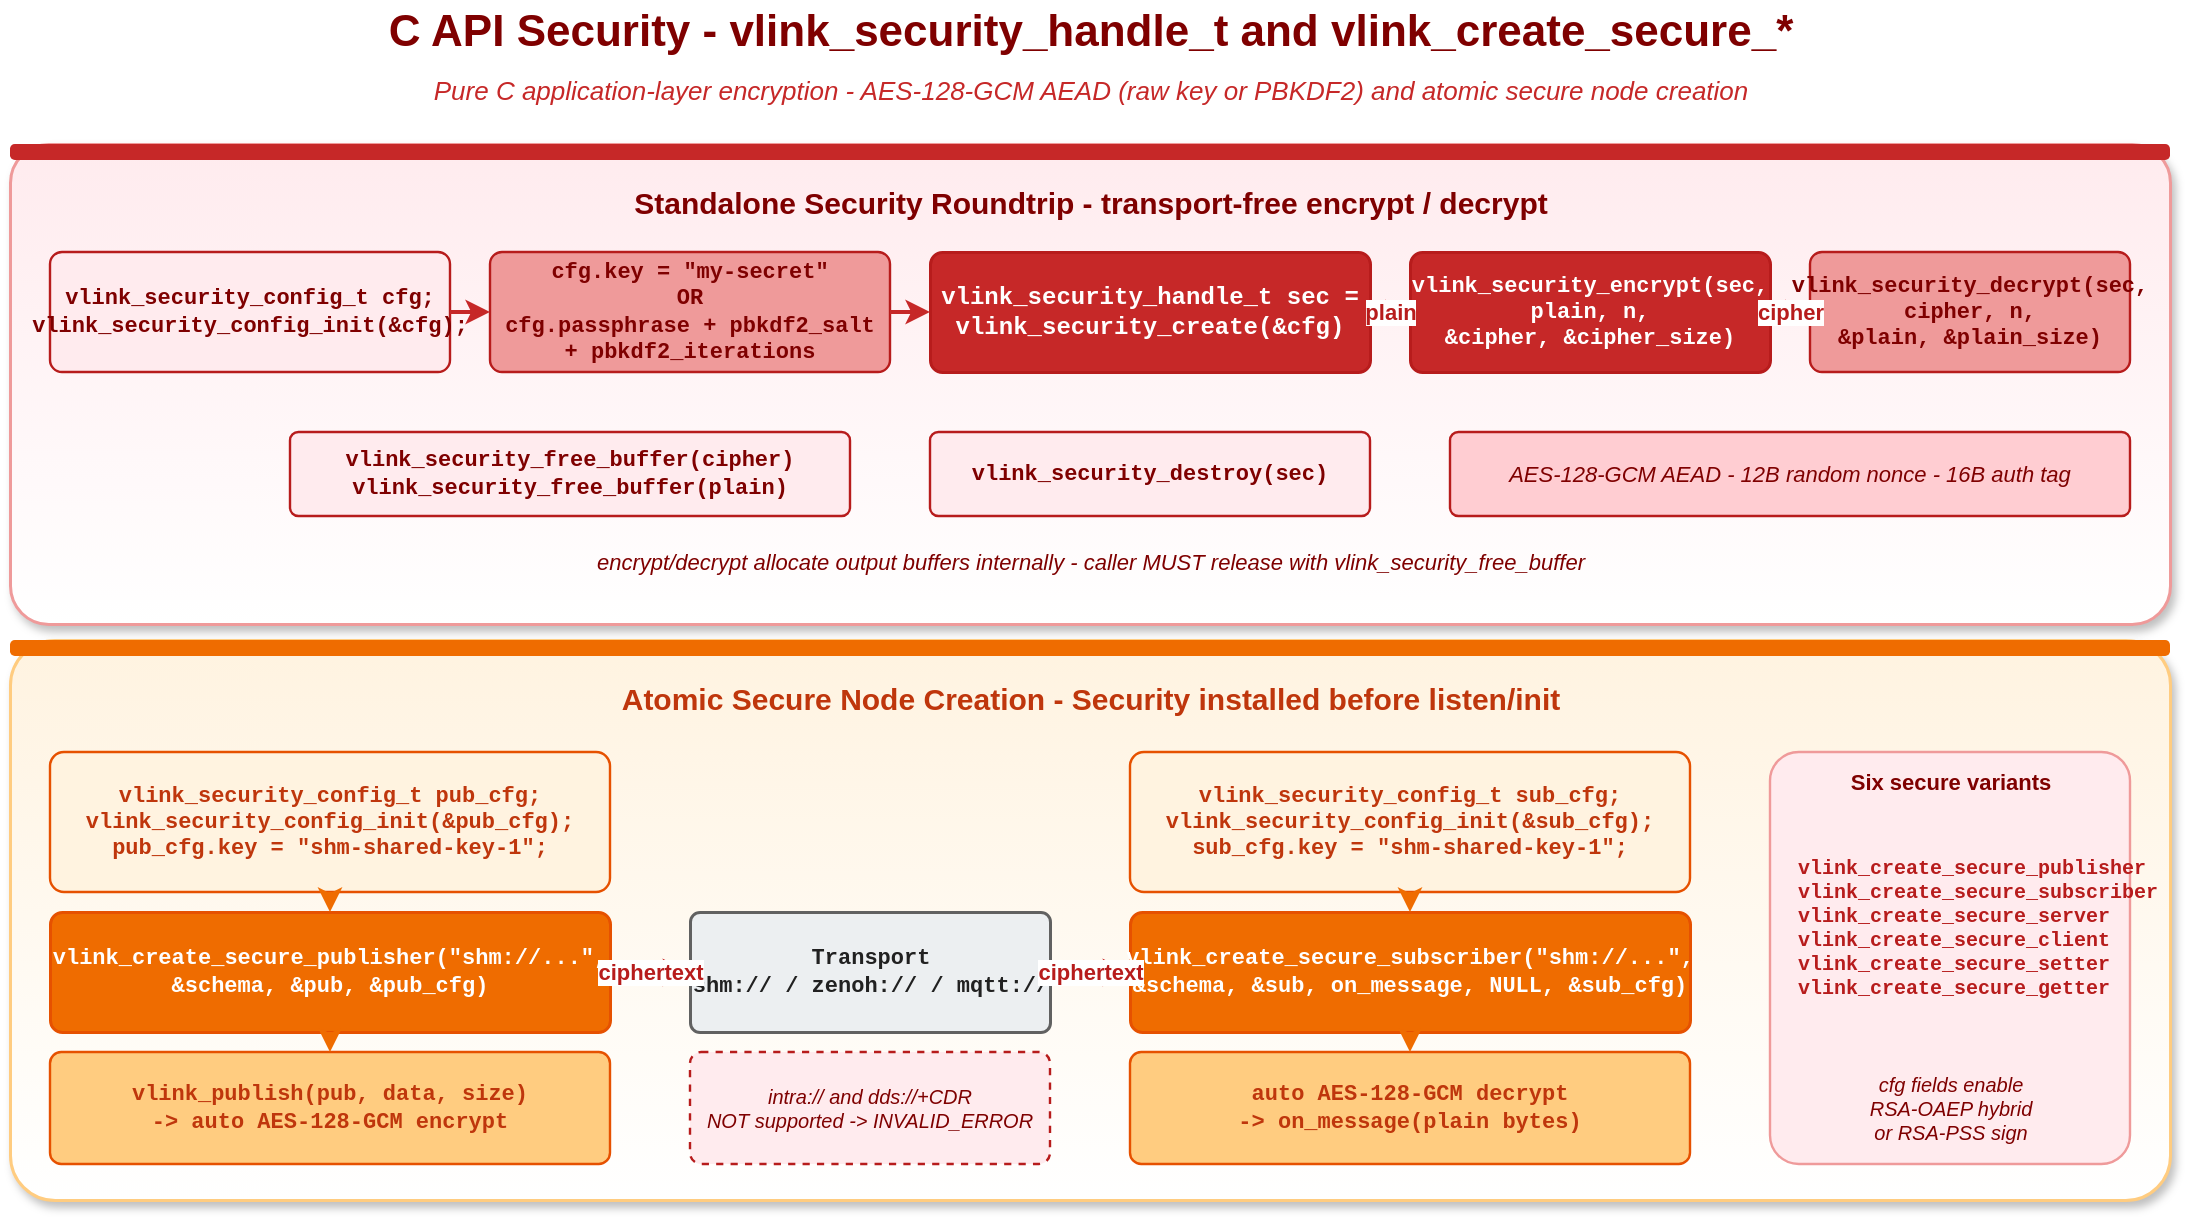
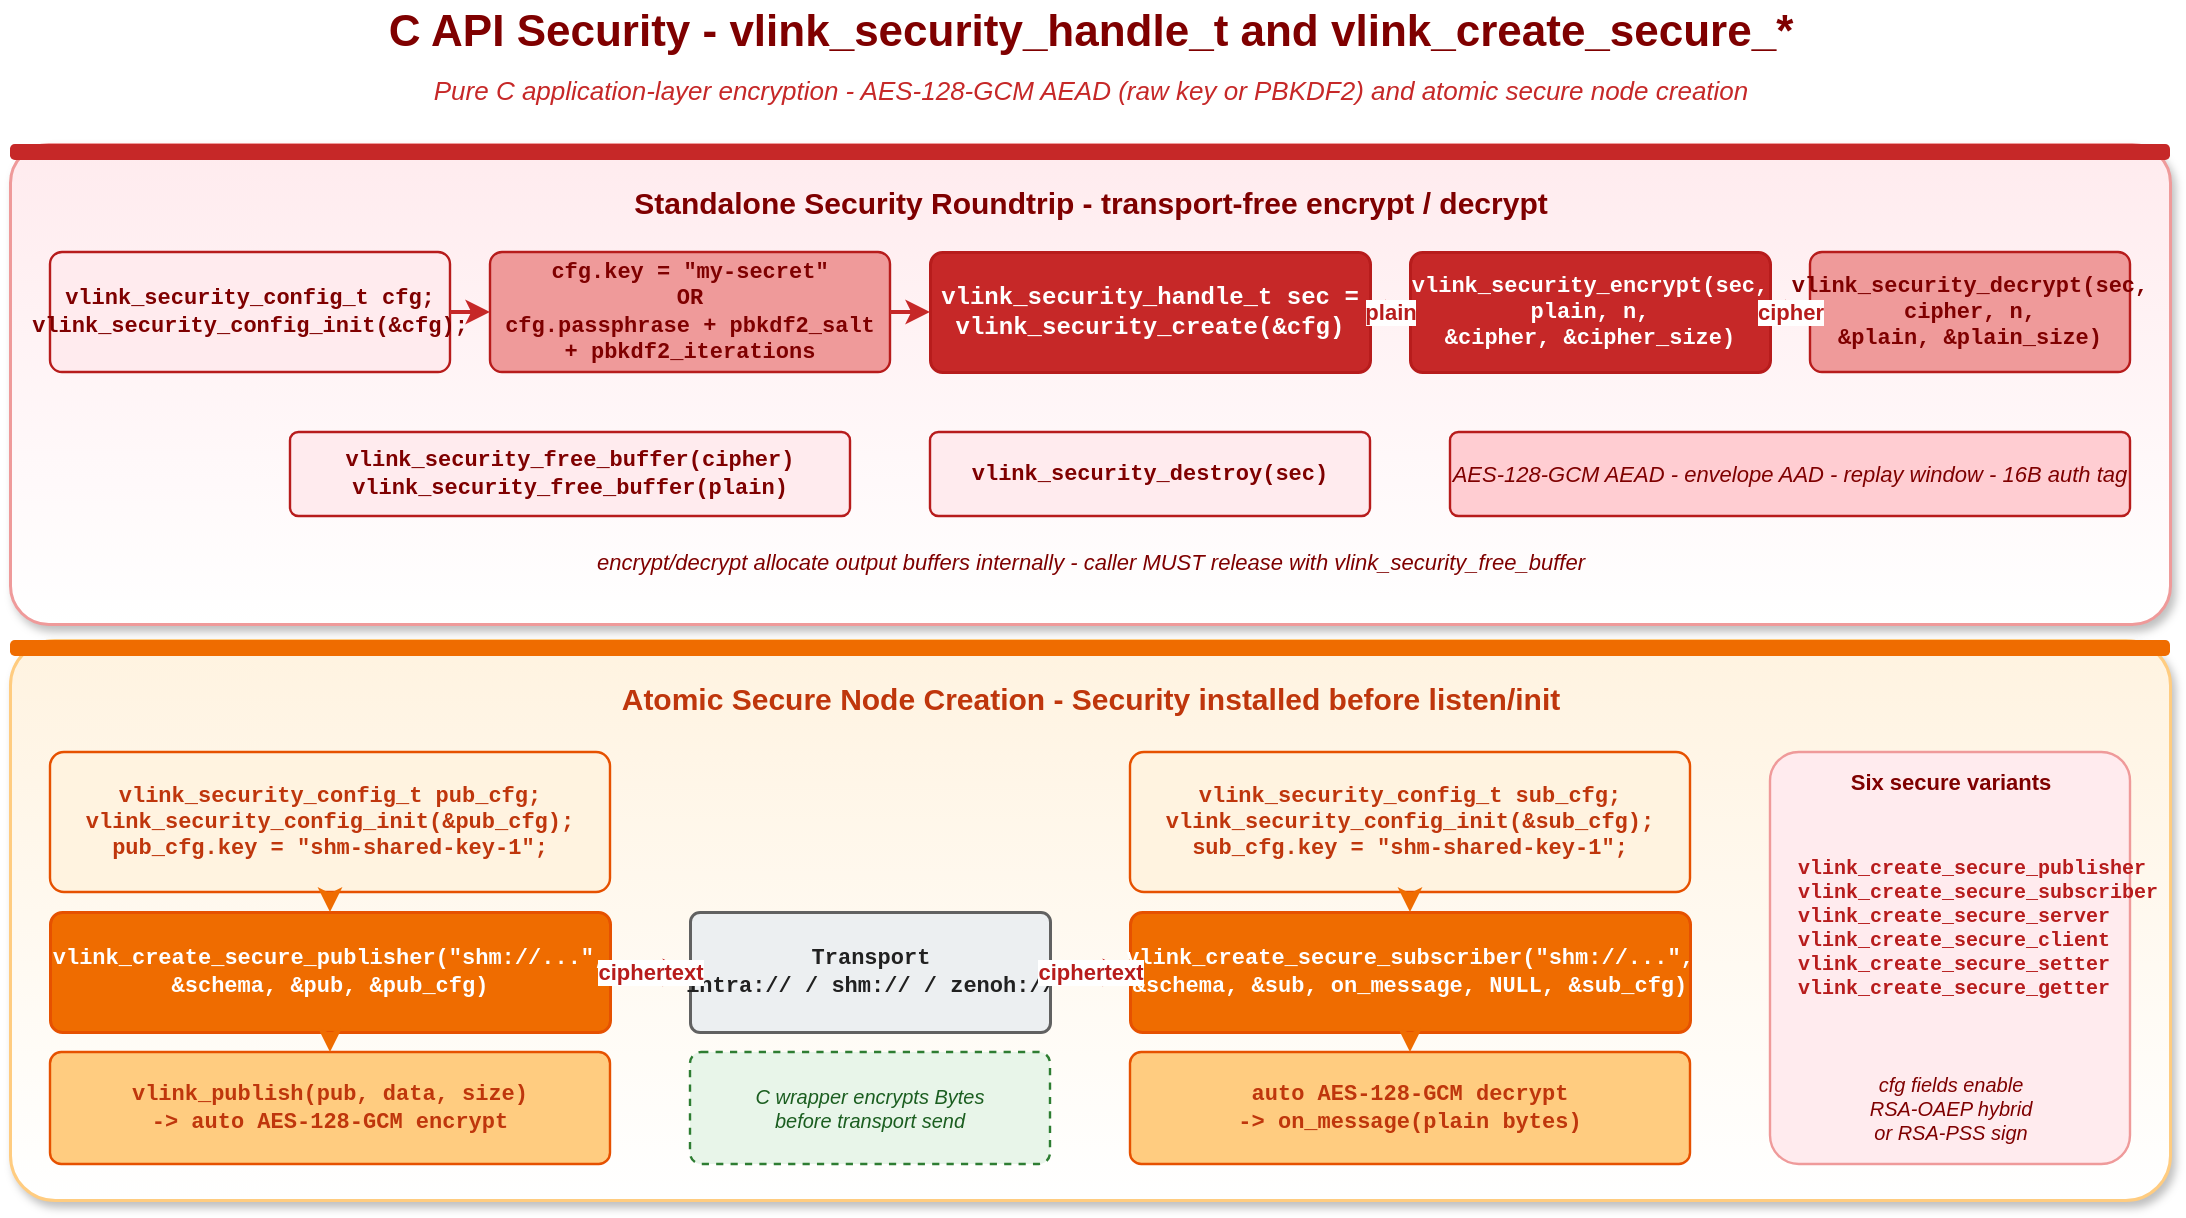
<mxfile host="app.diagrams.net" modified="2026-05-19T00:00:00.000Z" agent="Claude" version="24.0.0" type="device">
  <diagram id="c-api-security-flow" name="C API Security Flow">
    <mxGraphModel dx="1120" dy="640" grid="0" gridSize="10" guides="1" tooltips="1" connect="1" arrows="1" fold="1" page="1" pageScale="1" pageWidth="1120" pageHeight="640" math="0" shadow="0">
      <root>
        <mxCell id="0" />
        <mxCell id="1" parent="0" />

        <mxCell id="title" value="C API Security  -  vlink_security_handle_t and vlink_create_secure_*" style="text;html=1;align=center;verticalAlign=middle;strokeColor=none;fillColor=none;fontSize=22;fontStyle=1;fontColor=#7f0000;" vertex="1" parent="1">
          <mxGeometry x="20" y="20" width="1080" height="32" as="geometry" />
        </mxCell>
        <mxCell id="sub" value="Pure C application-layer encryption  -  AES-128-GCM AEAD (raw key or PBKDF2) and atomic secure node creation" style="text;html=1;align=center;verticalAlign=middle;strokeColor=none;fillColor=none;fontSize=13;fontStyle=2;fontColor=#c62828;" vertex="1" parent="1">
          <mxGeometry x="20" y="54" width="1080" height="22" as="geometry" />
        </mxCell>

        <!-- Top row: Standalone roundtrip (red) -->
        <mxCell id="stdBg" value="" style="rounded=1;whiteSpace=wrap;html=1;fillColor=#ffffff;strokeColor=#ef9a9a;strokeWidth=1.5;arcSize=8;shadow=1;gradientColor=#ffebee;gradientDirection=north;" vertex="1" parent="1">
          <mxGeometry x="20" y="92" width="1080" height="240" as="geometry" />
        </mxCell>
        <mxCell id="stdBar" value="" style="rounded=1;whiteSpace=wrap;html=1;fillColor=#c62828;strokeColor=none;arcSize=30;" vertex="1" parent="1">
          <mxGeometry x="20" y="92" width="1080" height="8" as="geometry" />
        </mxCell>
        <mxCell id="stdT" value="Standalone Security Roundtrip  -  transport-free encrypt / decrypt" style="text;html=1;align=center;verticalAlign=middle;strokeColor=none;fillColor=none;fontSize=15;fontStyle=1;fontColor=#7f0000;" vertex="1" parent="1">
          <mxGeometry x="20" y="108" width="1080" height="26" as="geometry" />
        </mxCell>

        <mxCell id="std1" value="vlink_security_config_t cfg;&#10;vlink_security_config_init(&amp;amp;cfg);" style="rounded=1;whiteSpace=wrap;html=1;fillColor=#ffebee;strokeColor=#b71c1c;strokeWidth=1.2;fontSize=11;fontFamily=Courier New;fontStyle=1;fontColor=#7f0000;arcSize=10;" vertex="1" parent="1">
          <mxGeometry x="40" y="146" width="200" height="60" as="geometry" />
        </mxCell>
        <mxCell id="std2" value="cfg.key = &quot;my-secret&quot;&#10;OR&#10;cfg.passphrase + pbkdf2_salt&#10;+ pbkdf2_iterations" style="rounded=1;whiteSpace=wrap;html=1;fillColor=#ef9a9a;strokeColor=#b71c1c;strokeWidth=1.2;fontSize=11;fontFamily=Courier New;fontStyle=1;fontColor=#7f0000;arcSize=10;" vertex="1" parent="1">
          <mxGeometry x="260" y="146" width="200" height="60" as="geometry" />
        </mxCell>
        <mxCell id="std3" value="vlink_security_handle_t sec =&#10;vlink_security_create(&amp;amp;cfg)" style="rounded=1;whiteSpace=wrap;html=1;fillColor=#c62828;strokeColor=#b71c1c;strokeWidth=1.5;fontSize=12;fontFamily=Courier New;fontStyle=1;fontColor=#ffffff;arcSize=10;" vertex="1" parent="1">
          <mxGeometry x="480" y="146" width="220" height="60" as="geometry" />
        </mxCell>
        <mxCell id="std4" value="vlink_security_encrypt(sec, plain, n,&#10;&amp;amp;cipher, &amp;amp;cipher_size)" style="rounded=1;whiteSpace=wrap;html=1;fillColor=#c62828;strokeColor=#b71c1c;strokeWidth=1.5;fontSize=11;fontFamily=Courier New;fontStyle=1;fontColor=#ffffff;arcSize=10;" vertex="1" parent="1">
          <mxGeometry x="720" y="146" width="180" height="60" as="geometry" />
        </mxCell>
        <mxCell id="std5" value="vlink_security_decrypt(sec, cipher, n,&#10;&amp;amp;plain, &amp;amp;plain_size)" style="rounded=1;whiteSpace=wrap;html=1;fillColor=#ef9a9a;strokeColor=#b71c1c;strokeWidth=1.2;fontSize=11;fontFamily=Courier New;fontStyle=1;fontColor=#7f0000;arcSize=10;" vertex="1" parent="1">
          <mxGeometry x="920" y="146" width="160" height="60" as="geometry" />
        </mxCell>

        <mxCell id="std6" value="vlink_security_free_buffer(cipher)&#10;vlink_security_free_buffer(plain)" style="rounded=1;whiteSpace=wrap;html=1;fillColor=#ffebee;strokeColor=#b71c1c;strokeWidth=1.2;fontSize=11;fontFamily=Courier New;fontStyle=1;fontColor=#7f0000;arcSize=10;" vertex="1" parent="1">
          <mxGeometry x="160" y="236" width="280" height="42" as="geometry" />
        </mxCell>
        <mxCell id="std7" value="vlink_security_destroy(sec)" style="rounded=1;whiteSpace=wrap;html=1;fillColor=#ffebee;strokeColor=#b71c1c;strokeWidth=1.2;fontSize=11;fontFamily=Courier New;fontStyle=1;fontColor=#7f0000;arcSize=10;" vertex="1" parent="1">
          <mxGeometry x="480" y="236" width="220" height="42" as="geometry" />
        </mxCell>
-         <mxCell id="stdAlg" value="AES-128-GCM AEAD  -  12B random nonce  -  16B auth tag" style="rounded=1;whiteSpace=wrap;html=1;fillColor=#ffcdd2;strokeColor=#b71c1c;strokeWidth=1.2;fontSize=11;fontStyle=2;fontColor=#7f0000;arcSize=10;" vertex="1" parent="1">
+         <mxCell id="stdAlg" value="AES-128-GCM AEAD  -  envelope AAD  -  replay window  -  16B auth tag" style="rounded=1;whiteSpace=wrap;html=1;fillColor=#ffcdd2;strokeColor=#b71c1c;strokeWidth=1.2;fontSize=11;fontStyle=2;fontColor=#7f0000;arcSize=10;" vertex="1" parent="1">
          <mxGeometry x="740" y="236" width="340" height="42" as="geometry" />
        </mxCell>
        <mxCell id="stdNote" value="encrypt/decrypt allocate output buffers internally  -  caller MUST release with vlink_security_free_buffer" style="text;html=1;align=center;verticalAlign=middle;strokeColor=none;fillColor=none;fontSize=11;fontStyle=2;fontColor=#7f0000;" vertex="1" parent="1">
          <mxGeometry x="20" y="290" width="1080" height="22" as="geometry" />
        </mxCell>

        <!-- arrows top row -->
        <mxCell id="asa1" style="endArrow=classic;endFill=1;html=1;strokeWidth=2;strokeColor=#c62828;exitX=1;exitY=0.5;entryX=0;entryY=0.5;rounded=1;" edge="1" parent="1" source="std1" target="std2">
          <mxGeometry relative="1" as="geometry" />
        </mxCell>
        <mxCell id="asa2" style="endArrow=classic;endFill=1;html=1;strokeWidth=2;strokeColor=#c62828;exitX=1;exitY=0.5;entryX=0;entryY=0.5;rounded=1;" edge="1" parent="1" source="std2" target="std3">
          <mxGeometry relative="1" as="geometry" />
        </mxCell>
        <mxCell id="asa3" value="plain" style="endArrow=classic;endFill=1;html=1;strokeWidth=2;strokeColor=#c62828;exitX=1;exitY=0.5;entryX=0;entryY=0.5;rounded=1;fontSize=11;fontStyle=1;fontColor=#b71c1c;labelBackgroundColor=#ffffff;" edge="1" parent="1" source="std3" target="std4">
          <mxGeometry relative="1" as="geometry" />
        </mxCell>
        <mxCell id="asa4" value="cipher" style="endArrow=classic;endFill=1;html=1;strokeWidth=2;strokeColor=#c62828;exitX=1;exitY=0.5;entryX=0;entryY=0.5;rounded=1;fontSize=11;fontStyle=1;fontColor=#b71c1c;labelBackgroundColor=#ffffff;" edge="1" parent="1" source="std4" target="std5">
          <mxGeometry relative="1" as="geometry" />
        </mxCell>

        <!-- Bottom row: atomic secure node creation -->
        <mxCell id="secBg" value="" style="rounded=1;whiteSpace=wrap;html=1;fillColor=#ffffff;strokeColor=#ffcc80;strokeWidth=1.5;arcSize=8;shadow=1;gradientColor=#fff3e0;gradientDirection=north;" vertex="1" parent="1">
          <mxGeometry x="20" y="340" width="1080" height="280" as="geometry" />
        </mxCell>
        <mxCell id="secBar" value="" style="rounded=1;whiteSpace=wrap;html=1;fillColor=#ef6c00;strokeColor=none;arcSize=30;" vertex="1" parent="1">
          <mxGeometry x="20" y="340" width="1080" height="8" as="geometry" />
        </mxCell>
        <mxCell id="secT" value="Atomic Secure Node Creation  -  Security installed before listen/init" style="text;html=1;align=center;verticalAlign=middle;strokeColor=none;fillColor=none;fontSize=15;fontStyle=1;fontColor=#bf360c;" vertex="1" parent="1">
          <mxGeometry x="20" y="356" width="1080" height="26" as="geometry" />
        </mxCell>

        <!-- Publisher path -->
        <mxCell id="pub1" value="vlink_security_config_t pub_cfg;&#10;vlink_security_config_init(&amp;amp;pub_cfg);&#10;pub_cfg.key = &quot;shm-shared-key-1&quot;;" style="rounded=1;whiteSpace=wrap;html=1;fillColor=#fff3e0;strokeColor=#e65100;strokeWidth=1.2;fontSize=11;fontFamily=Courier New;fontStyle=1;fontColor=#bf360c;arcSize=10;" vertex="1" parent="1">
          <mxGeometry x="40" y="396" width="280" height="70" as="geometry" />
        </mxCell>
        <mxCell id="pub2" value="vlink_create_secure_publisher(&quot;shm://...&quot;,&#10;&amp;amp;schema, &amp;amp;pub, &amp;amp;pub_cfg)" style="rounded=1;whiteSpace=wrap;html=1;fillColor=#ef6c00;strokeColor=#e65100;strokeWidth=1.5;fontSize=11;fontFamily=Courier New;fontStyle=1;fontColor=#ffffff;arcSize=10;" vertex="1" parent="1">
          <mxGeometry x="40" y="476" width="280" height="60" as="geometry" />
        </mxCell>
        <mxCell id="pub3" value="vlink_publish(pub, data, size)&#10;-&amp;gt; auto AES-128-GCM encrypt" style="rounded=1;whiteSpace=wrap;html=1;fillColor=#ffcc80;strokeColor=#e65100;strokeWidth=1.2;fontSize=11;fontFamily=Courier New;fontStyle=1;fontColor=#bf360c;arcSize=10;" vertex="1" parent="1">
          <mxGeometry x="40" y="546" width="280" height="56" as="geometry" />
        </mxCell>

        <!-- transport (gray) -->
        <mxCell id="trBg2" value="" style="rounded=1;whiteSpace=wrap;html=1;fillColor=#eceff1;strokeColor=#616161;strokeWidth=1.5;arcSize=8;fontSize=11;fontStyle=1;fontColor=#212121;" vertex="1" parent="1">
          <mxGeometry x="360" y="476" width="180" height="60" as="geometry" />
        </mxCell>
-         <mxCell id="trTxt" value="Transport&#10;shm:// / zenoh:// / mqtt://" style="text;html=1;align=center;verticalAlign=middle;strokeColor=none;fillColor=none;fontSize=11;fontFamily=Courier New;fontStyle=1;fontColor=#212121;" vertex="1" parent="1">
+         <mxCell id="trTxt" value="Transport&#10;intra:// / shm:// / zenoh://" style="text;html=1;align=center;verticalAlign=middle;strokeColor=none;fillColor=none;fontSize=11;fontFamily=Courier New;fontStyle=1;fontColor=#212121;" vertex="1" parent="1">
          <mxGeometry x="360" y="476" width="180" height="60" as="geometry" />
        </mxCell>
-         <mxCell id="trWarn" value="intra:// and dds://+CDR&#10;NOT supported -&amp;gt; INVALID_ERROR" style="rounded=1;whiteSpace=wrap;html=1;fillColor=#ffebee;strokeColor=#b71c1c;strokeWidth=1.2;fontSize=10;fontStyle=2;fontColor=#7f0000;arcSize=10;dashed=1;" vertex="1" parent="1">
+         <mxCell id="trWarn" value="C wrapper encrypts Bytes&#10;before transport send" style="rounded=1;whiteSpace=wrap;html=1;fillColor=#e8f5e9;strokeColor=#2e7d32;strokeWidth=1.2;fontSize=10;fontStyle=2;fontColor=#1b5e20;arcSize=10;dashed=1;" vertex="1" parent="1">
          <mxGeometry x="360" y="546" width="180" height="56" as="geometry" />
        </mxCell>

        <!-- Subscriber path -->
        <mxCell id="sub1" value="vlink_security_config_t sub_cfg;&#10;vlink_security_config_init(&amp;amp;sub_cfg);&#10;sub_cfg.key = &quot;shm-shared-key-1&quot;;" style="rounded=1;whiteSpace=wrap;html=1;fillColor=#fff3e0;strokeColor=#e65100;strokeWidth=1.2;fontSize=11;fontFamily=Courier New;fontStyle=1;fontColor=#bf360c;arcSize=10;" vertex="1" parent="1">
          <mxGeometry x="580" y="396" width="280" height="70" as="geometry" />
        </mxCell>
        <mxCell id="sub2" value="vlink_create_secure_subscriber(&quot;shm://...&quot;,&#10;&amp;amp;schema, &amp;amp;sub, on_message, NULL, &amp;amp;sub_cfg)" style="rounded=1;whiteSpace=wrap;html=1;fillColor=#ef6c00;strokeColor=#e65100;strokeWidth=1.5;fontSize=11;fontFamily=Courier New;fontStyle=1;fontColor=#ffffff;arcSize=10;" vertex="1" parent="1">
          <mxGeometry x="580" y="476" width="280" height="60" as="geometry" />
        </mxCell>
        <mxCell id="sub3" value="auto AES-128-GCM decrypt&#10;-&amp;gt; on_message(plain bytes)" style="rounded=1;whiteSpace=wrap;html=1;fillColor=#ffcc80;strokeColor=#e65100;strokeWidth=1.2;fontSize=11;fontFamily=Courier New;fontStyle=1;fontColor=#bf360c;arcSize=10;" vertex="1" parent="1">
          <mxGeometry x="580" y="546" width="280" height="56" as="geometry" />
        </mxCell>

        <!-- Right legend: variants -->
        <mxCell id="varBg" value="" style="rounded=1;whiteSpace=wrap;html=1;fillColor=#ffebee;strokeColor=#ef9a9a;strokeWidth=1.2;arcSize=8;" vertex="1" parent="1">
          <mxGeometry x="900" y="396" width="180" height="206" as="geometry" />
        </mxCell>
        <mxCell id="varT" value="Six secure variants" style="text;html=1;align=center;verticalAlign=middle;strokeColor=none;fillColor=none;fontSize=11;fontStyle=1;fontColor=#7f0000;" vertex="1" parent="1">
          <mxGeometry x="900" y="400" width="180" height="22" as="geometry" />
        </mxCell>
        <mxCell id="varList" value="vlink_create_secure_publisher&#10;vlink_create_secure_subscriber&#10;vlink_create_secure_server&#10;vlink_create_secure_client&#10;vlink_create_secure_setter&#10;vlink_create_secure_getter" style="text;html=1;align=left;verticalAlign=middle;strokeColor=none;fillColor=none;fontSize=10;fontFamily=Courier New;fontStyle=1;fontColor=#b71c1c;" vertex="1" parent="1">
          <mxGeometry x="912" y="424" width="160" height="120" as="geometry" />
        </mxCell>
        <mxCell id="varAlg" value="cfg fields enable&#10;RSA-OAEP hybrid&#10;or RSA-PSS sign" style="text;html=1;align=center;verticalAlign=middle;strokeColor=none;fillColor=none;fontSize=10;fontStyle=2;fontColor=#7f0000;" vertex="1" parent="1">
          <mxGeometry x="908" y="552" width="164" height="44" as="geometry" />
        </mxCell>

        <!-- arrows pub/sub -->
        <mxCell id="ab1" style="endArrow=classic;endFill=1;html=1;strokeWidth=2;strokeColor=#ef6c00;exitX=0.5;exitY=1;entryX=0.5;entryY=0;rounded=1;" edge="1" parent="1" source="pub1" target="pub2">
          <mxGeometry relative="1" as="geometry" />
        </mxCell>
        <mxCell id="ab2" style="endArrow=classic;endFill=1;html=1;strokeWidth=2;strokeColor=#ef6c00;exitX=0.5;exitY=1;entryX=0.5;entryY=0;rounded=1;" edge="1" parent="1" source="pub2" target="pub3">
          <mxGeometry relative="1" as="geometry" />
        </mxCell>
        <mxCell id="ab3" value="ciphertext" style="endArrow=classic;endFill=1;html=1;strokeWidth=2.5;strokeColor=#c62828;exitX=1;exitY=0.5;entryX=0;entryY=0.5;rounded=1;fontSize=11;fontStyle=1;fontColor=#b71c1c;labelBackgroundColor=#ffffff;" edge="1" parent="1" source="pub2" target="trBg2">
          <mxGeometry relative="1" as="geometry" />
        </mxCell>
        <mxCell id="ab4" value="ciphertext" style="endArrow=classic;endFill=1;html=1;strokeWidth=2.5;strokeColor=#c62828;exitX=1;exitY=0.5;entryX=0;entryY=0.5;rounded=1;fontSize=11;fontStyle=1;fontColor=#b71c1c;labelBackgroundColor=#ffffff;" edge="1" parent="1" source="trBg2" target="sub2">
          <mxGeometry relative="1" as="geometry" />
        </mxCell>
        <mxCell id="ab5" style="endArrow=classic;endFill=1;html=1;strokeWidth=2;strokeColor=#ef6c00;exitX=0.5;exitY=1;entryX=0.5;entryY=0;rounded=1;" edge="1" parent="1" source="sub1" target="sub2">
          <mxGeometry relative="1" as="geometry" />
        </mxCell>
        <mxCell id="ab6" style="endArrow=classic;endFill=1;html=1;strokeWidth=2;strokeColor=#ef6c00;exitX=0.5;exitY=1;entryX=0.5;entryY=0;rounded=1;" edge="1" parent="1" source="sub2" target="sub3">
          <mxGeometry relative="1" as="geometry" />
        </mxCell>

      </root>
    </mxGraphModel>
  </diagram>
</mxfile>
